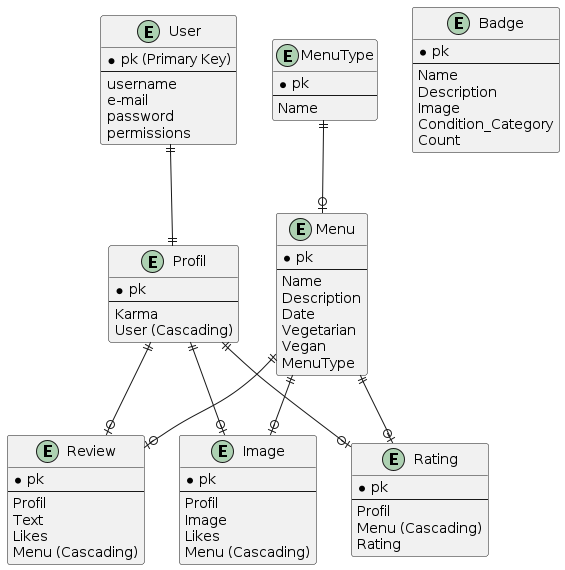
This is Documentation/images/Database.png from LarsZauberer/MensaRating, a PlantUML export, as it was before one commit. The source it was exported from:
```plantuml
@startuml
Entity User {
	* pk (Primary Key)
	--
	username
	e-mail
	password
	permissions
}

Entity Profil {
	* pk
	--
	Karma
	User (Cascading)
}

Entity Review {
	* pk
	--
	Profil
	Text
	Likes
	Menu (Cascading)
}

Entity Image {
	* pk
	--
	Profil
	Image
	Likes
	Menu (Cascading)
}

Entity Menu {
	* pk
	--
	Name
	Description
	Date
	Vegetarian
	Vegan
	MenuType
}

Entity Rating {
	* pk
	--
	Profil
	Menu (Cascading)
	Rating
}

Entity MenuType {
	* pk
	--
	Name
}

Entity Badge {
	* pk
	--
	Name
	Description
	Image
	Condition_Category
	Count
}

User ||--|| Profil
Profil ||--o| Review
Profil ||--o| Image
Profil ||--o| Rating
Menu ||--o| Review
Menu ||--o| Image
Menu ||--o| Rating
MenuType ||--o| Menu
@enduml
```
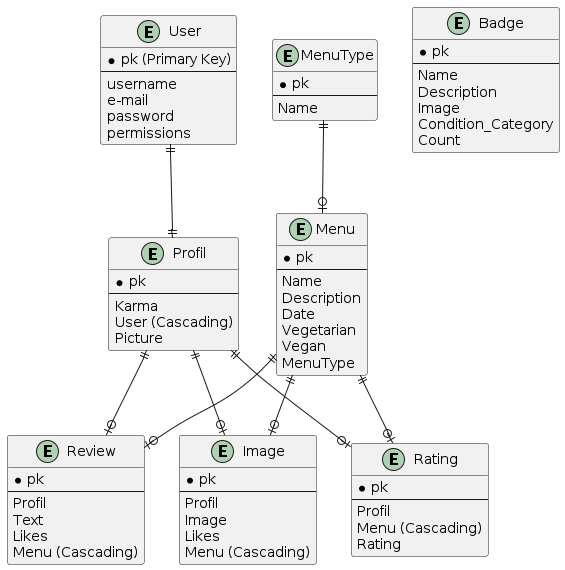
Above is the later version.

Change to the diagram source:
```diff
@@ -13,6 +13,7 @@
 	--
 	Karma
 	User (Cascading)
+	Picture
 }
 
 Entity Review {
```
